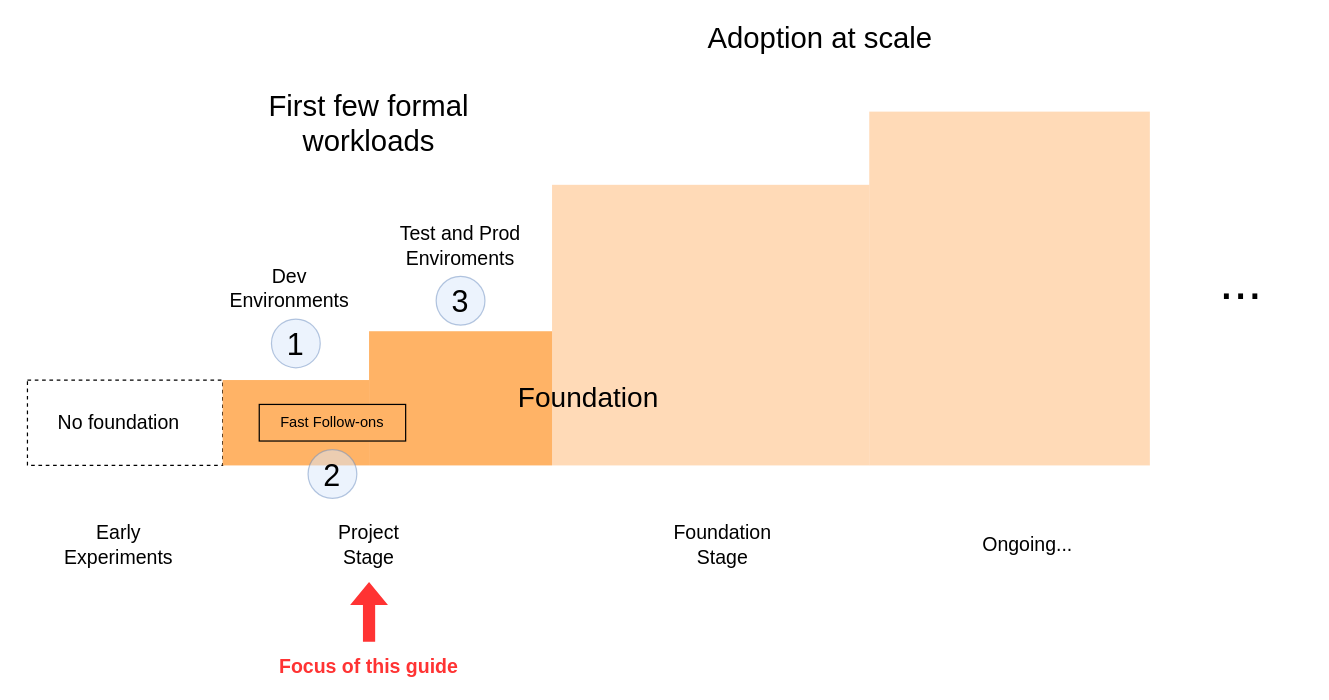
This is page "foundation" (7 of 10) of drawings/initial-foundation.drawio from atimpone/aws-foundation-journey, a draw.io file, before an edit. Source tidied: cells renumbered, new cells numbered last; positions are measured from the earlier drawing's top-left corner, leaving out a move shared by most shapes. Both pictures are drawn from the tidied source at 122%, with x=0, y=0 at pixel (21, 26).
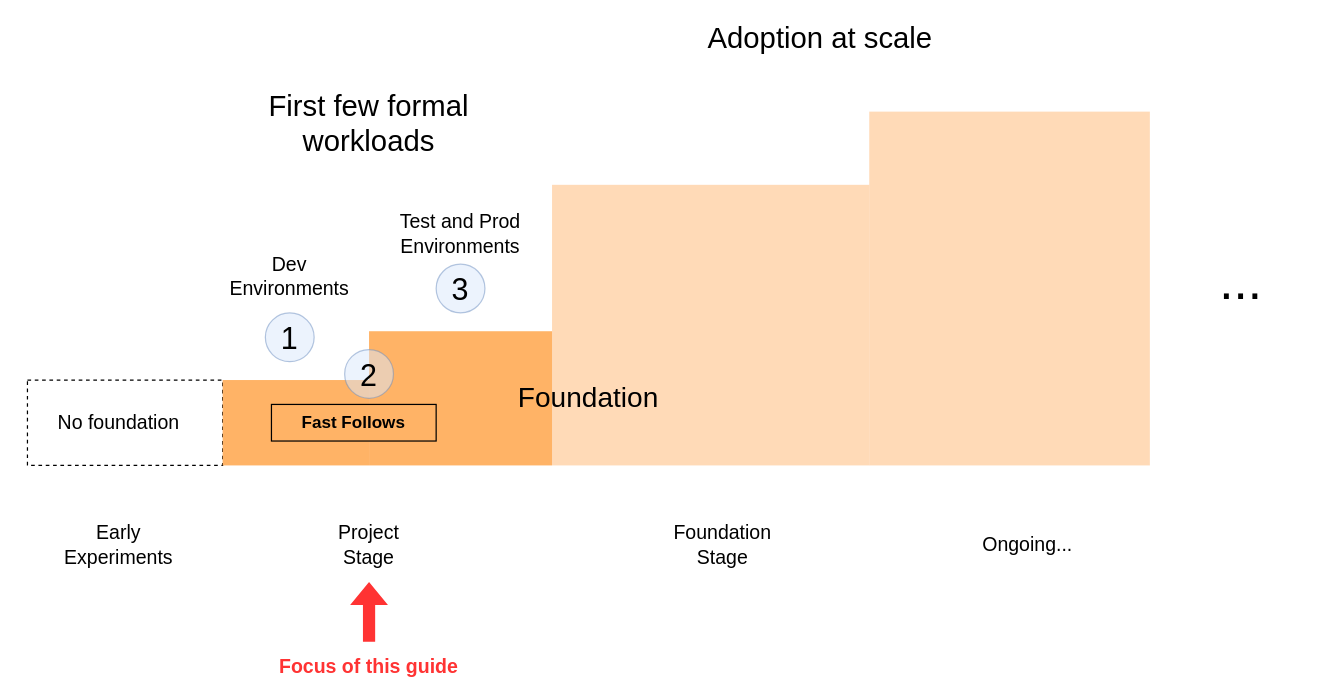
After the change.

What changed in the source:
```diff
@@
     <mxCell id="11" value="Dev&lt;br&gt;Environments" style="text;html=1;strokeColor=none;fillColor=none;align=center;verticalAlign=middle;whiteSpace=wrap;rounded=0;fontSize=16;fontColor=#000000;" parent="1" vertex="1">
-      <mxGeometry x="165" y="205" width="110" height="20" as="geometry" />
+      <mxGeometry x="165" y="195" width="110" height="20" as="geometry" />
     </mxCell>
-    <mxCell id="12" value="Test and Prod&lt;br&gt;Enviroments" style="text;html=1;strokeColor=none;fillColor=none;align=center;verticalAlign=middle;whiteSpace=wrap;rounded=0;fontSize=16;fontColor=#000000;" parent="1" vertex="1">
-      <mxGeometry x="305" y="170" width="110" height="20" as="geometry" />
+    <mxCell id="12" value="Test and Prod&lt;br&gt;Environments" style="text;html=1;strokeColor=none;fillColor=none;align=center;verticalAlign=middle;whiteSpace=wrap;rounded=0;fontSize=16;fontColor=#000000;" parent="1" vertex="1">
+      <mxGeometry x="305" y="160" width="110" height="20" as="geometry" />
     </mxCell>
@@
-    <mxCell id="19" value="&lt;font color=&quot;#000000&quot; style=&quot;font-size: 12px;&quot;&gt;Fast Follow-ons&lt;/font&gt;" style="rounded=0;whiteSpace=wrap;html=1;fontSize=12;fontColor=#ff3333;fillColor=#ffb366;strokeColor=#000000;fontStyle=0;" parent="1" vertex="1">
-      <mxGeometry x="195" y="310" width="120" height="30" as="geometry" />
+    <mxCell id="19" value="&lt;font color=&quot;#000000&quot; style=&quot;font-size: 14px&quot;&gt;Fast Follows&lt;/font&gt;" style="rounded=0;whiteSpace=wrap;html=1;fontSize=14;fontColor=#ff3333;fillColor=#ffb366;strokeColor=#000000;fontStyle=1;" parent="1" vertex="1">
+      <mxGeometry x="205" y="310" width="135" height="30" as="geometry" />
     </mxCell>
     <mxCell id="20" value="&lt;font style=&quot;font-size: 25px&quot;&gt;1&lt;/font&gt;" style="ellipse;whiteSpace=wrap;html=1;strokeColor=#6c8ebf;fillColor=#dae8fc;fontSize=12;opacity=50;" parent="1" vertex="1">
-      <mxGeometry x="205" y="240" width="40" height="40" as="geometry" />
+      <mxGeometry x="200" y="235" width="40" height="40" as="geometry" />
     </mxCell>
     <mxCell id="21" value="&lt;font style=&quot;font-size: 25px&quot;&gt;3&lt;/font&gt;" style="ellipse;whiteSpace=wrap;html=1;strokeColor=#6c8ebf;fillColor=#dae8fc;fontSize=12;opacity=50;" parent="1" vertex="1">
-      <mxGeometry x="340" y="205" width="40" height="40" as="geometry" />
+      <mxGeometry x="340" y="195" width="40" height="40" as="geometry" />
     </mxCell>
     <mxCell id="22" value="&lt;font style=&quot;font-size: 25px&quot;&gt;2&lt;/font&gt;" style="ellipse;whiteSpace=wrap;html=1;strokeColor=#6c8ebf;fillColor=#dae8fc;fontSize=12;opacity=50;" parent="1" vertex="1">
-      <mxGeometry x="235" y="347" width="40" height="40" as="geometry" />
+      <mxGeometry x="265" y="265" width="40" height="40" as="geometry" />
     </mxCell>
```
